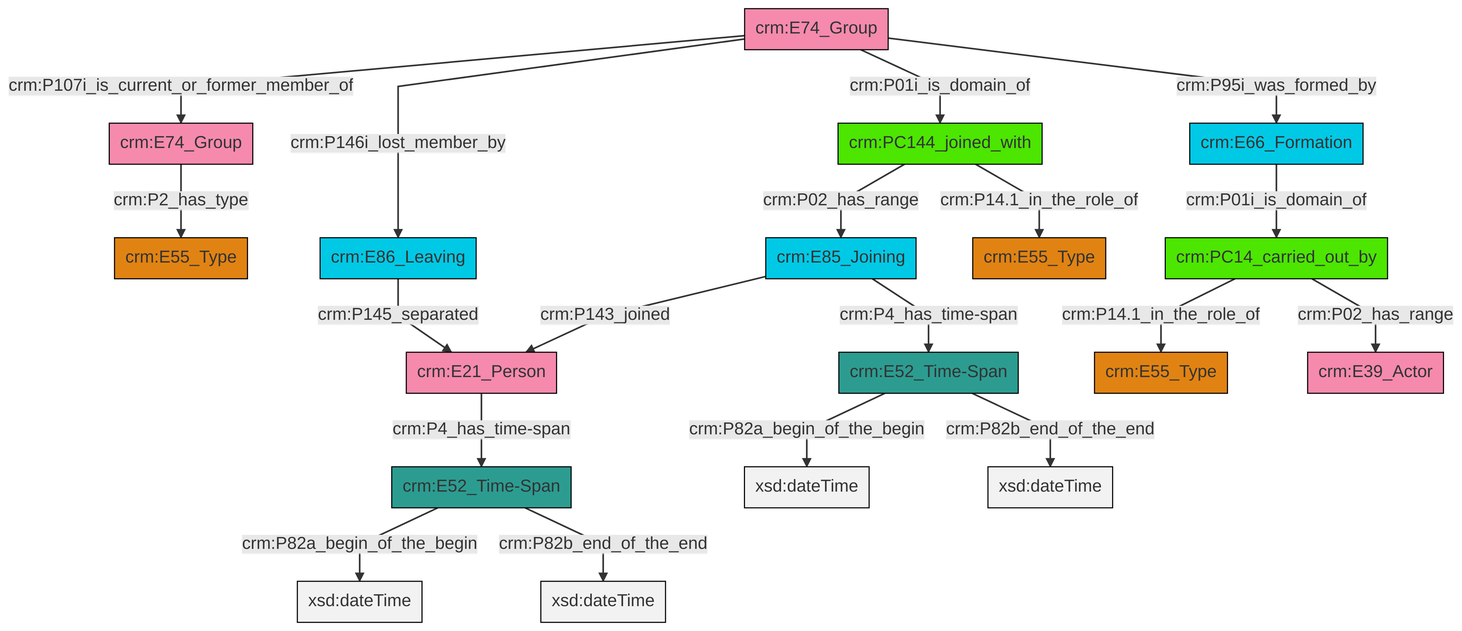
Earlier version of the Mermaid export et/groupCSV/ttl/mmd/png/group_actor_relations.png (swiss-art-research-net/docs.swissartresearch). Its source is kept beside it as et/groupCSV/ttl/mmd/group_actor_relations.ttl.mmd.
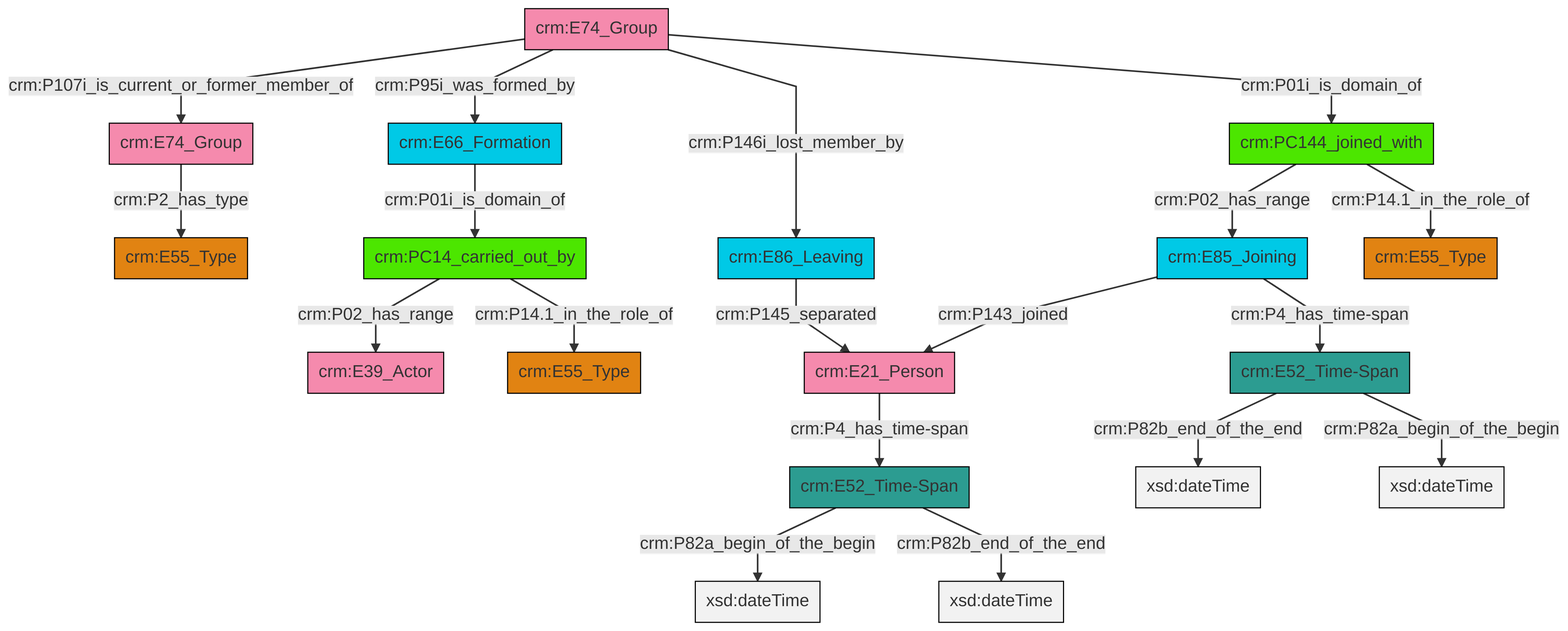
After the commit.

Diff of the diagram source:
```diff
@@ -13,21 +13,21 @@
 classDef PC_Classes fill:#4ce600, stroke:#000000;
 classDef Multi fill:#cccccc,stroke:#000000;
 
-0["crm:E74_Group"]:::Actor -->|crm:P01i_is_domain_of| 1["crm:PC144_joined_with"]:::PC_Classes
-2["crm:E21_Person"]:::Actor -->|crm:P4_has_time-span| 3["crm:E52_Time-Span"]:::Time-Span
-4["crm:E74_Group"]:::Actor -->|crm:P2_has_type| 5["crm:E55_Type"]:::Type
+0["crm:E85_Joining"]:::Temporal_Entity -->|crm:P143_joined| 1["crm:E21_Person"]:::Actor
+2["crm:E74_Group"]:::Actor -->|crm:P107i_is_current_or_former_member_of| 3["crm:E74_Group"]:::Actor
+2["crm:E74_Group"]:::Actor -->|crm:P95i_was_formed_by| 4["crm:E66_Formation"]:::Temporal_Entity
+3["crm:E74_Group"]:::Actor -->|crm:P2_has_type| 6["crm:E55_Type"]:::Type
+4["crm:E66_Formation"]:::Temporal_Entity -->|crm:P01i_is_domain_of| 7["crm:PC14_carried_out_by"]:::PC_Classes
 8["crm:E52_Time-Span"]:::Time-Span -->|crm:P82a_begin_of_the_begin| 9[xsd:dateTime]:::Literal
-10["crm:E85_Joining"]:::Temporal_Entity -->|crm:P4_has_time-span| 8["crm:E52_Time-Span"]:::Time-Span
-1["crm:PC144_joined_with"]:::PC_Classes -->|crm:P02_has_range| 10["crm:E85_Joining"]:::Temporal_Entity
-11["crm:PC14_carried_out_by"]:::PC_Classes -->|crm:P14.1_in_the_role_of| 12["crm:E55_Type"]:::Type
-3["crm:E52_Time-Span"]:::Time-Span -->|crm:P82a_begin_of_the_begin| 13[xsd:dateTime]:::Literal
-0["crm:E74_Group"]:::Actor -->|crm:P107i_is_current_or_former_member_of| 4["crm:E74_Group"]:::Actor
-6["crm:E66_Formation"]:::Temporal_Entity -->|crm:P01i_is_domain_of| 11["crm:PC14_carried_out_by"]:::PC_Classes
-8["crm:E52_Time-Span"]:::Time-Span -->|crm:P82b_end_of_the_end| 14[xsd:dateTime]:::Literal
-11["crm:PC14_carried_out_by"]:::PC_Classes -->|crm:P02_has_range| 15["crm:E39_Actor"]:::Actor
-0["crm:E74_Group"]:::Actor -->|crm:P95i_was_formed_by| 6["crm:E66_Formation"]:::Temporal_Entity
-1["crm:PC144_joined_with"]:::PC_Classes -->|crm:P14.1_in_the_role_of| 17["crm:E55_Type"]:::Type
-22["crm:E86_Leaving"]:::Temporal_Entity -->|crm:P145_separated| 2["crm:E21_Person"]:::Actor
-10["crm:E85_Joining"]:::Temporal_Entity -->|crm:P143_joined| 2["crm:E21_Person"]:::Actor
-0["crm:E74_Group"]:::Actor -->|crm:P146i_lost_member_by| 22["crm:E86_Leaving"]:::Temporal_Entity
-3["crm:E52_Time-Span"]:::Time-Span -->|crm:P82b_end_of_the_end| 32[xsd:dateTime]:::Literal
+7["crm:PC14_carried_out_by"]:::PC_Classes -->|crm:P02_has_range| 13["crm:E39_Actor"]:::Actor
+14["crm:E86_Leaving"]:::Temporal_Entity -->|crm:P145_separated| 1["crm:E21_Person"]:::Actor
+15["crm:E52_Time-Span"]:::Time-Span -->|crm:P82b_end_of_the_end| 16[xsd:dateTime]:::Literal
+7["crm:PC14_carried_out_by"]:::PC_Classes -->|crm:P14.1_in_the_role_of| 21["crm:E55_Type"]:::Type
+2["crm:E74_Group"]:::Actor -->|crm:P146i_lost_member_by| 14["crm:E86_Leaving"]:::Temporal_Entity
+2["crm:E74_Group"]:::Actor -->|crm:P01i_is_domain_of| 11["crm:PC144_joined_with"]:::PC_Classes
+8["crm:E52_Time-Span"]:::Time-Span -->|crm:P82b_end_of_the_end| 24[xsd:dateTime]:::Literal
+0["crm:E85_Joining"]:::Temporal_Entity -->|crm:P4_has_time-span| 15["crm:E52_Time-Span"]:::Time-Span
+15["crm:E52_Time-Span"]:::Time-Span -->|crm:P82a_begin_of_the_begin| 29[xsd:dateTime]:::Literal
+11["crm:PC144_joined_with"]:::PC_Classes -->|crm:P02_has_range| 0["crm:E85_Joining"]:::Temporal_Entity
+1["crm:E21_Person"]:::Actor -->|crm:P4_has_time-span| 8["crm:E52_Time-Span"]:::Time-Span
+11["crm:PC144_joined_with"]:::PC_Classes -->|crm:P14.1_in_the_role_of| 19["crm:E55_Type"]:::Type
```
